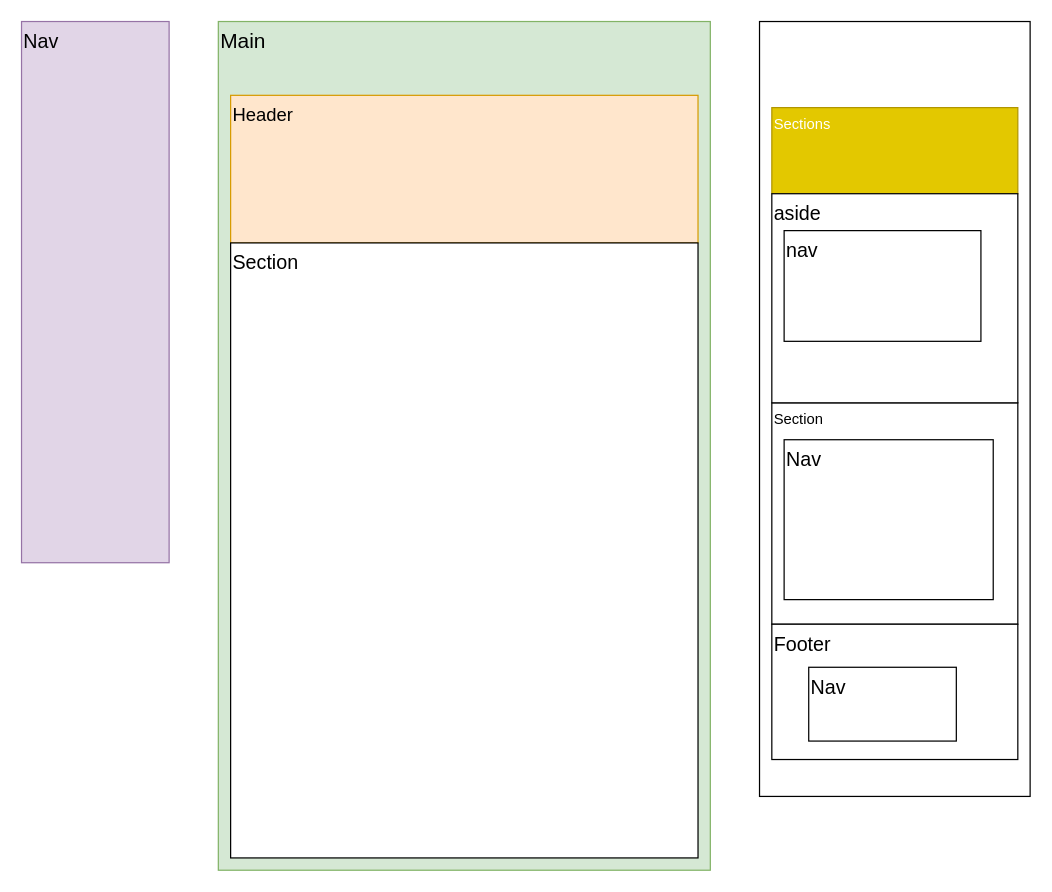
Before: Untitled Diagram.drawio in BIAOU-ahmed/cda-2020, a draw.io diagram. Source tidied: cells renumbered, new cells numbered last; positions are measured from the earlier drawing's top-left corner, leaving out a move shared by most shapes. Both pictures are drawn from the tidied source at 123%, with x=0, y=0 at pixel (21, 21).
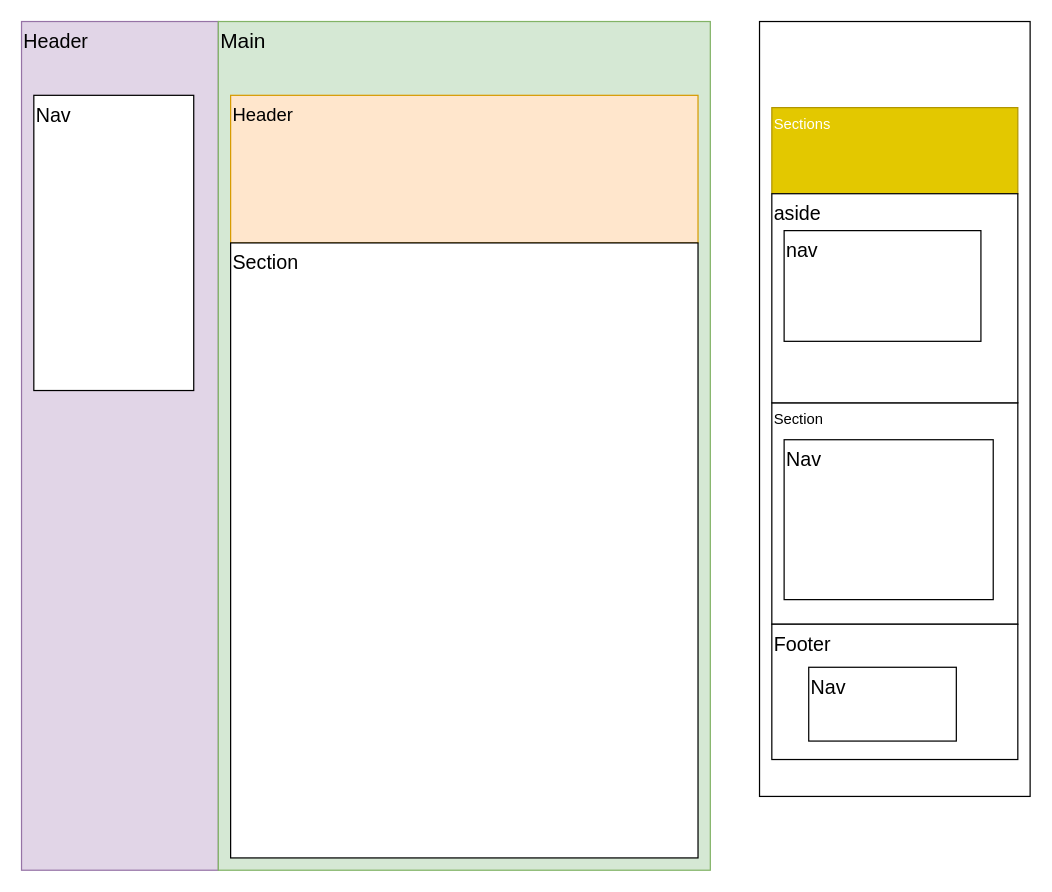
After the change.

What changed in the source:
```diff
@@
 <mxGraphModel>
   <root>
     <mxCell id="0" />
     <mxCell id="1" parent="0" />
-    <mxCell id="2" value="&lt;div style=&quot;font-size: 16px;&quot; align=&quot;left&quot;&gt;Nav&lt;/div&gt;" style="rounded=0;whiteSpace=wrap;html=1;align=left;verticalAlign=top;fontSize=16;fillColor=#e1d5e7;strokeColor=#9673a6;" parent="1" vertex="1">
-      <mxGeometry width="120" height="440" as="geometry" />
+    <mxCell id="2" value="Header" style="rounded=0;whiteSpace=wrap;html=1;align=left;verticalAlign=top;fontSize=16;fillColor=#e1d5e7;strokeColor=#9673a6;" parent="1" vertex="1">
+      <mxGeometry width="160" height="690" as="geometry" />
     </mxCell>
     <mxCell id="3" value="&lt;div style=&quot;font-size: 17px;&quot; align=&quot;left&quot;&gt;Main&lt;/div&gt;" style="rounded=0;whiteSpace=wrap;html=1;align=left;verticalAlign=top;fontSize=17;fillColor=#d5e8d4;strokeColor=#82b366;" parent="1" vertex="1">
       <mxGeometry x="160" width="400" height="690" as="geometry" />
     </mxCell>
     <mxCell id="4" value="&lt;div style=&quot;font-size: 15px;&quot; align=&quot;left&quot;&gt;Header&lt;/div&gt;" style="rounded=0;whiteSpace=wrap;html=1;align=left;verticalAlign=top;fontSize=15;fillColor=#ffe6cc;strokeColor=#d79b00;" parent="1" vertex="1">
       <mxGeometry x="170" y="60" width="380" height="120" as="geometry" />
     </mxCell>
     <mxCell id="5" style="rounded=0;whiteSpace=wrap;html=1;" parent="1" vertex="1">
       <mxGeometry x="600" width="220" height="630" as="geometry" />
     </mxCell>
     <mxCell id="6" value="Sections" style="rounded=0;whiteSpace=wrap;html=1;align=left;verticalAlign=top;fillColor=#e3c800;strokeColor=#B09500;fontColor=#ffffff;" parent="1" vertex="1">
       <mxGeometry x="610" y="70" width="200" height="70" as="geometry" />
     </mxCell>
     <mxCell id="7" value="Section" style="rounded=0;whiteSpace=wrap;html=1;align=left;verticalAlign=top;" parent="1" vertex="1">
       <mxGeometry x="610" y="310" width="200" height="180" as="geometry" />
     </mxCell>
     <mxCell id="8" value="&lt;font style=&quot;font-size: 16px&quot;&gt;Section&lt;/font&gt;" style="rounded=0;whiteSpace=wrap;html=1;align=left;verticalAlign=top;" parent="1" vertex="1">
       <mxGeometry x="170" y="180" width="380" height="500" as="geometry" />
     </mxCell>
     <mxCell id="9" value="aside" style="rounded=0;whiteSpace=wrap;html=1;fontSize=16;align=left;verticalAlign=top;" parent="1" vertex="1">
       <mxGeometry x="610" y="140" width="200" height="170" as="geometry" />
     </mxCell>
     <mxCell id="10" value="nav" style="rounded=0;whiteSpace=wrap;html=1;fontSize=16;align=left;verticalAlign=top;" parent="1" vertex="1">
       <mxGeometry x="620" y="170" width="160" height="90" as="geometry" />
     </mxCell>
     <mxCell id="11" value="Nav" style="rounded=0;whiteSpace=wrap;html=1;fontSize=16;align=left;verticalAlign=top;" parent="1" vertex="1">
       <mxGeometry x="620" y="340" width="170" height="130" as="geometry" />
     </mxCell>
     <mxCell id="12" value="Footer" style="rounded=0;whiteSpace=wrap;html=1;fontSize=16;align=left;verticalAlign=top;" parent="1" vertex="1">
       <mxGeometry x="610" y="490" width="200" height="110" as="geometry" />
     </mxCell>
     <mxCell id="13" value="Nav" style="rounded=0;whiteSpace=wrap;html=1;fontSize=16;align=left;verticalAlign=top;" parent="1" vertex="1">
       <mxGeometry x="640" y="525" width="120" height="60" as="geometry" />
     </mxCell>
+    <mxCell id="14" value="Nav" style="rounded=0;whiteSpace=wrap;html=1;fontSize=16;align=left;verticalAlign=top;" parent="1" vertex="1">
+      <mxGeometry x="10" y="60" width="130" height="240" as="geometry" />
+    </mxCell>
   </root>
 </mxGraphModel>
```
